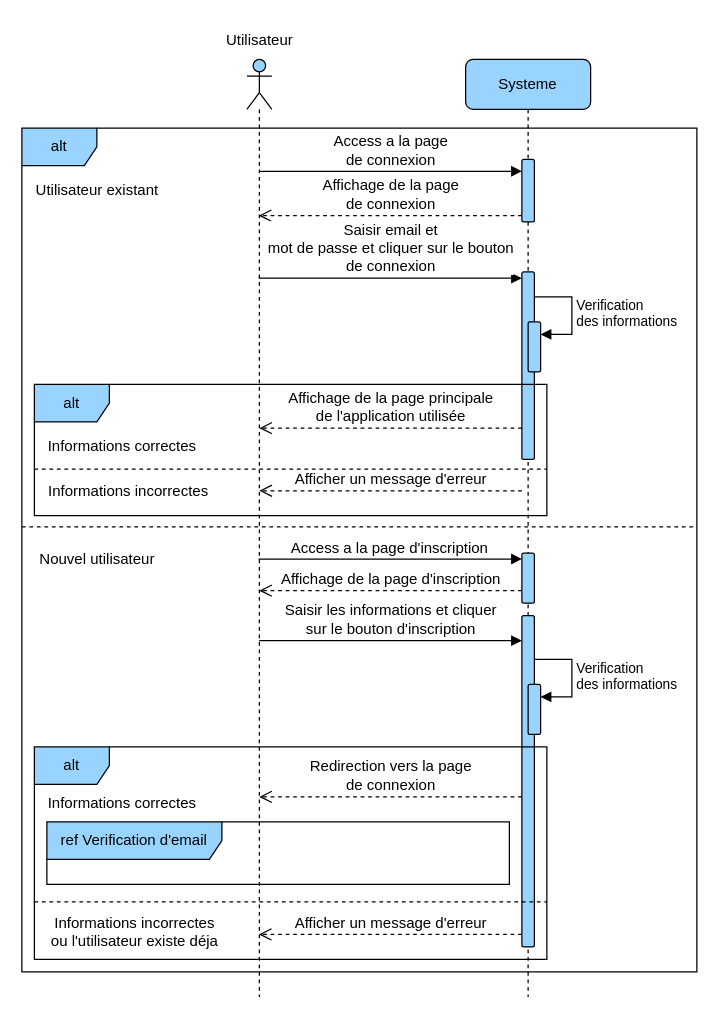
devlotfi/peage-pay keeps this draw.io diagram as page "auth-email" (1 of 7) of diagrams/sequence.drawio. Above is the earlier version. Source tidied: cells renumbered, new cells numbered last; positions are measured from the earlier drawing's top-left corner, leaving out a move shared by most shapes. Both pictures are drawn from the tidied source at 125%, with x=0, y=0 at pixel (21, 21).
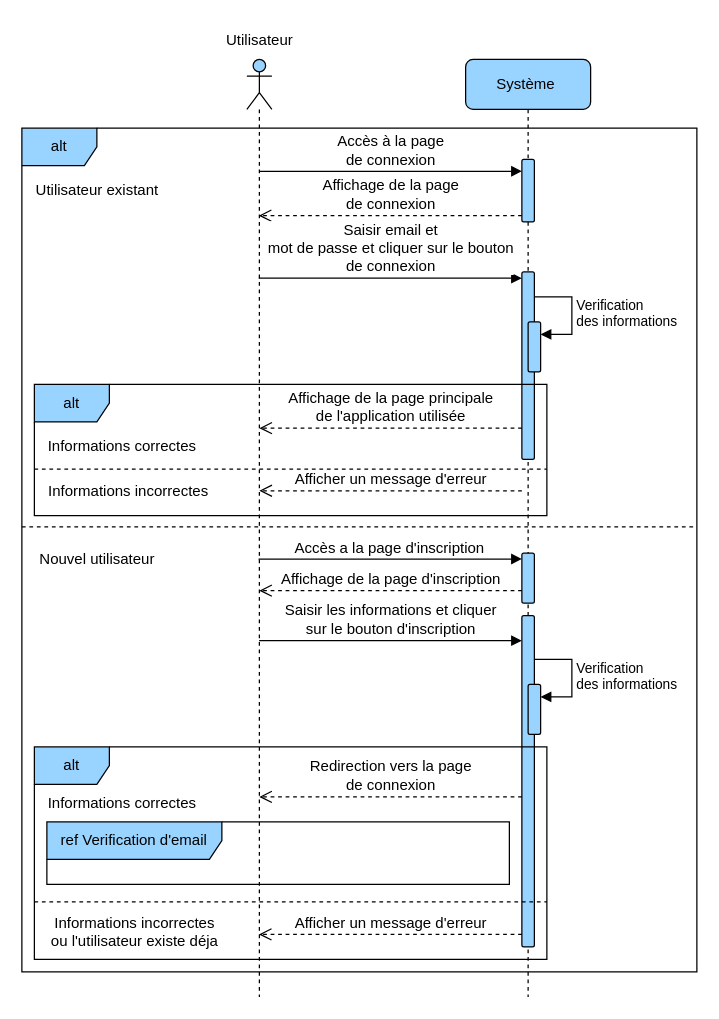
After the change.

Unchanged cells that the change refers to:
```xml
<mxCell id="6" style="html=1;points=[[0,0,0,0,5],[0,1,0,0,-5],[1,0,0,0,5],[1,1,0,0,-5]];perimeter=orthogonalPerimeter;outlineConnect=0;targetShapes=umlLifeline;portConstraint=eastwest;newEdgeStyle={&quot;curved&quot;:0,&quot;rounded&quot;:0};rounded=1;strokeColor=default;align=center;verticalAlign=middle;fontFamily=Helvetica;fontSize=12;fontColor=default;fontStyle=0;fillColor=#99D3FF;" parent="3" vertex="1">
  <mxGeometry x="45" y="395" width="10" height="40" as="geometry" />
</mxCell>
```

Change to the diagram source:
```diff
@@
-    <mxCell id="3" value="Systeme" style="shape=umlLifeline;perimeter=lifelinePerimeter;whiteSpace=wrap;html=1;newEdgeStyle={&quot;curved&quot;:0,&quot;rounded&quot;:0};rounded=1;strokeColor=default;align=center;verticalAlign=middle;fontFamily=Helvetica;fontSize=12;fontColor=default;fontStyle=0;fillColor=#99D3FF;" parent="1" vertex="1">
+    <mxCell id="3" value="Système&amp;nbsp;" style="shape=umlLifeline;perimeter=lifelinePerimeter;whiteSpace=wrap;html=1;newEdgeStyle={&quot;curved&quot;:0,&quot;rounded&quot;:0};rounded=1;strokeColor=default;align=center;verticalAlign=middle;fontFamily=Helvetica;fontSize=12;fontColor=default;fontStyle=0;fillColor=#99D3FF;" parent="1" vertex="1">
       <mxGeometry x="355" y="30" width="100" height="750" as="geometry" />
     </mxCell>
@@
-    <mxCell id="11" value="Access a la page&lt;br&gt;de connexion" style="html=1;verticalAlign=bottom;endArrow=block;curved=0;rounded=0;fontFamily=Helvetica;fontSize=12;fontColor=default;fontStyle=0;" parent="1" edge="1">
+    <mxCell id="11" value="Accès à la page&lt;br&gt;de connexion" style="html=1;verticalAlign=bottom;endArrow=block;curved=0;rounded=0;fontFamily=Helvetica;fontSize=12;fontColor=default;fontStyle=0;" parent="1" edge="1">
       <mxGeometry relative="1" as="geometry">
         <mxPoint x="189.9" y="119.5" as="sourcePoint" />
         <mxPoint x="400" y="119.5" as="targetPoint" />
       </mxGeometry>
     </mxCell>
@@
-    <mxCell id="21" value="Access a la page d'inscription" style="html=1;verticalAlign=bottom;endArrow=block;curved=0;rounded=0;fontFamily=Helvetica;fontSize=12;fontColor=default;fontStyle=0;" parent="1" edge="1" target="6">
+    <mxCell id="21" value="Accès a la page d'inscription" style="html=1;verticalAlign=bottom;endArrow=block;curved=0;rounded=0;fontFamily=Helvetica;fontSize=12;fontColor=default;fontStyle=0;" parent="1" edge="1" target="6">
       <mxGeometry relative="1" as="geometry">
         <mxPoint x="189.4" y="429.7" as="sourcePoint" />
       </mxGeometry>
     </mxCell>
```
